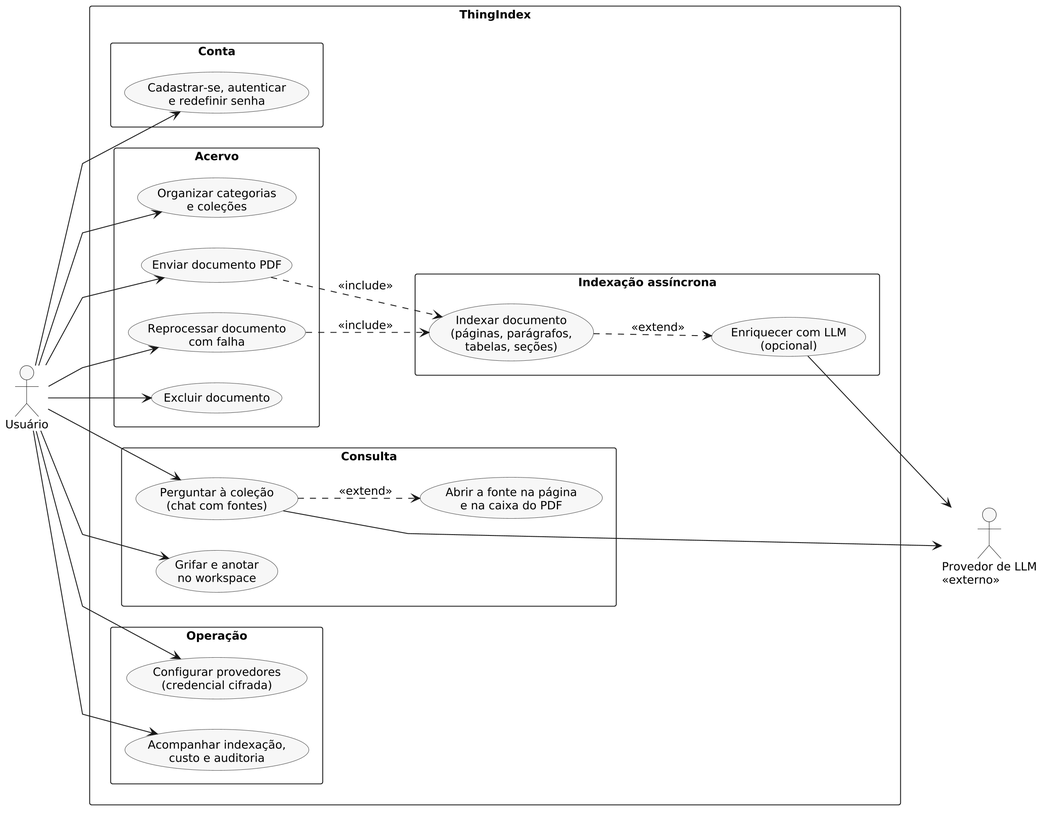
The PlantUML diagram docs/article/anexos/diagramas/casos-de-uso.png in EduardoMG12/ThingIndex, before a commit. Its diagram source:
```plantuml
@startuml
left to right direction
skinparam dpi 200
skinparam shadowing false
skinparam defaultFontName Helvetica
skinparam defaultFontSize 13
skinparam packageStyle rectangle
skinparam linetype polyline
skinparam usecase {
  BackgroundColor #F7F7F7
  BorderColor #444444
}

actor "Usuário" as U
actor "Provedor de LLM\n<<externo>>" as L

rectangle "ThingIndex" {
  package "Conta" {
    usecase "Cadastrar-se, autenticar\ne redefinir senha" as UC1
  }
  package "Acervo" {
    usecase "Organizar categorias\ne coleções" as UC4
    usecase "Enviar documento PDF" as UC5
    usecase "Reprocessar documento\ncom falha" as UC6
    usecase "Excluir documento" as UC7
  }
  package "Consulta" {
    usecase "Perguntar à coleção\n(chat com fontes)" as UC8
    usecase "Abrir a fonte na página\ne na caixa do PDF" as UC9
    usecase "Grifar e anotar\nno workspace" as UC10
  }
  package "Operação" {
    usecase "Configurar provedores\n(credencial cifrada)" as UC12
    usecase "Acompanhar indexação,\ncusto e auditoria" as UC13
  }
  package "Indexação assíncrona" {
    usecase "Indexar documento\n(páginas, parágrafos,\ntabelas, seções)" as UC14
    usecase "Enriquecer com LLM\n(opcional)" as UC15
  }
}

U --> UC1
U --> UC4
U --> UC5
U --> UC6
U --> UC7
U --> UC8
U --> UC10
U --> UC12
U --> UC13

UC8 ..> UC9 : <<extend>>
UC5 ..> UC14 : <<include>>
UC6 ..> UC14 : <<include>>
UC14 ..> UC15 : <<extend>>

UC8 --> L
UC15 --> L
@enduml
```
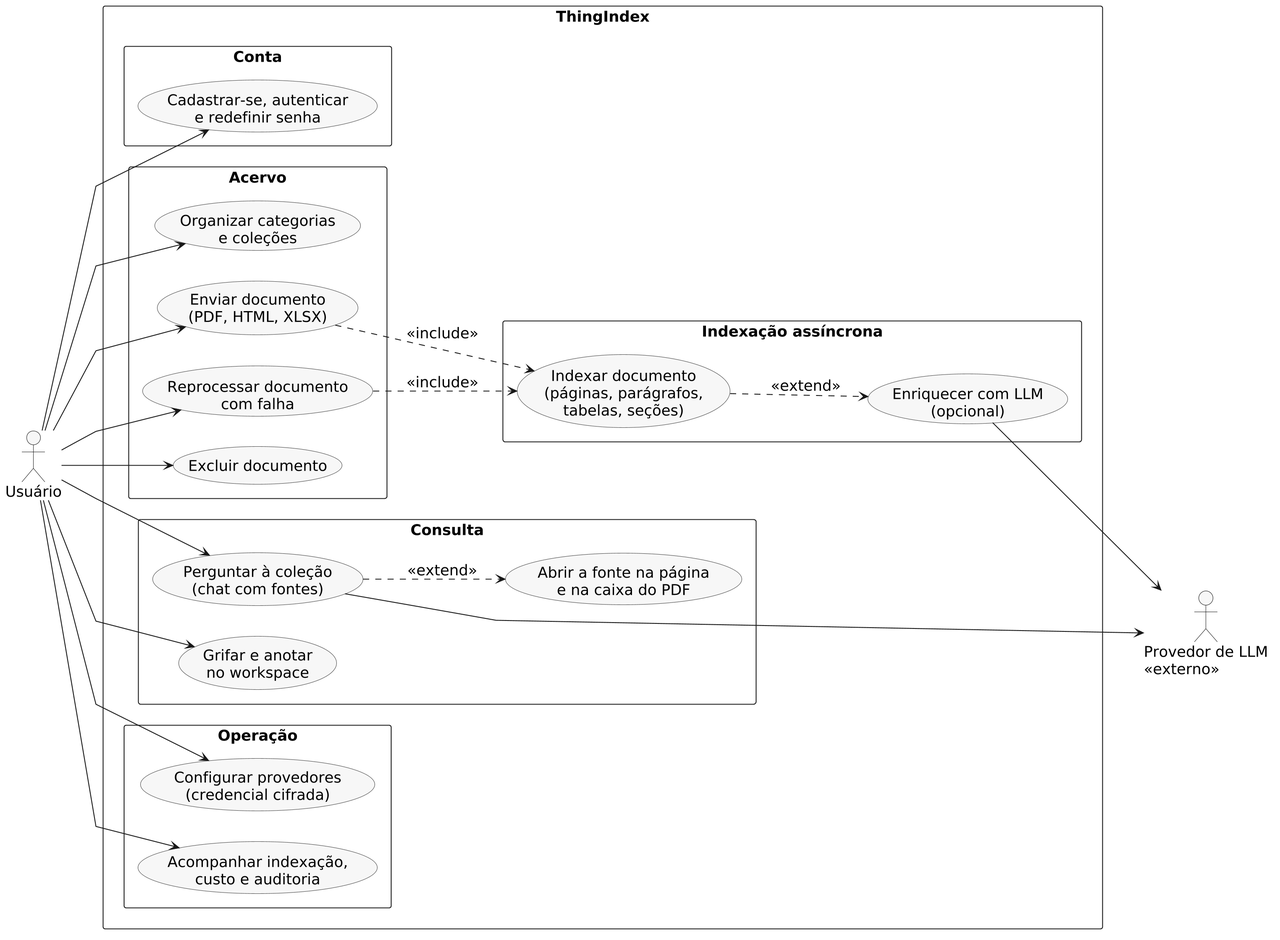
After the commit.

Diff of the diagram source:
```diff
@@ -3,7 +3,7 @@
 skinparam dpi 200
 skinparam shadowing false
 skinparam defaultFontName Helvetica
-skinparam defaultFontSize 13
+skinparam defaultFontSize 17
 skinparam packageStyle rectangle
 skinparam linetype polyline
 skinparam usecase {
@@ -20,7 +20,7 @@
   }
   package "Acervo" {
     usecase "Organizar categorias\ne coleções" as UC4
-    usecase "Enviar documento PDF" as UC5
+    usecase "Enviar documento\n(PDF, HTML, XLSX)" as UC5
     usecase "Reprocessar documento\ncom falha" as UC6
     usecase "Excluir documento" as UC7
   }
```
